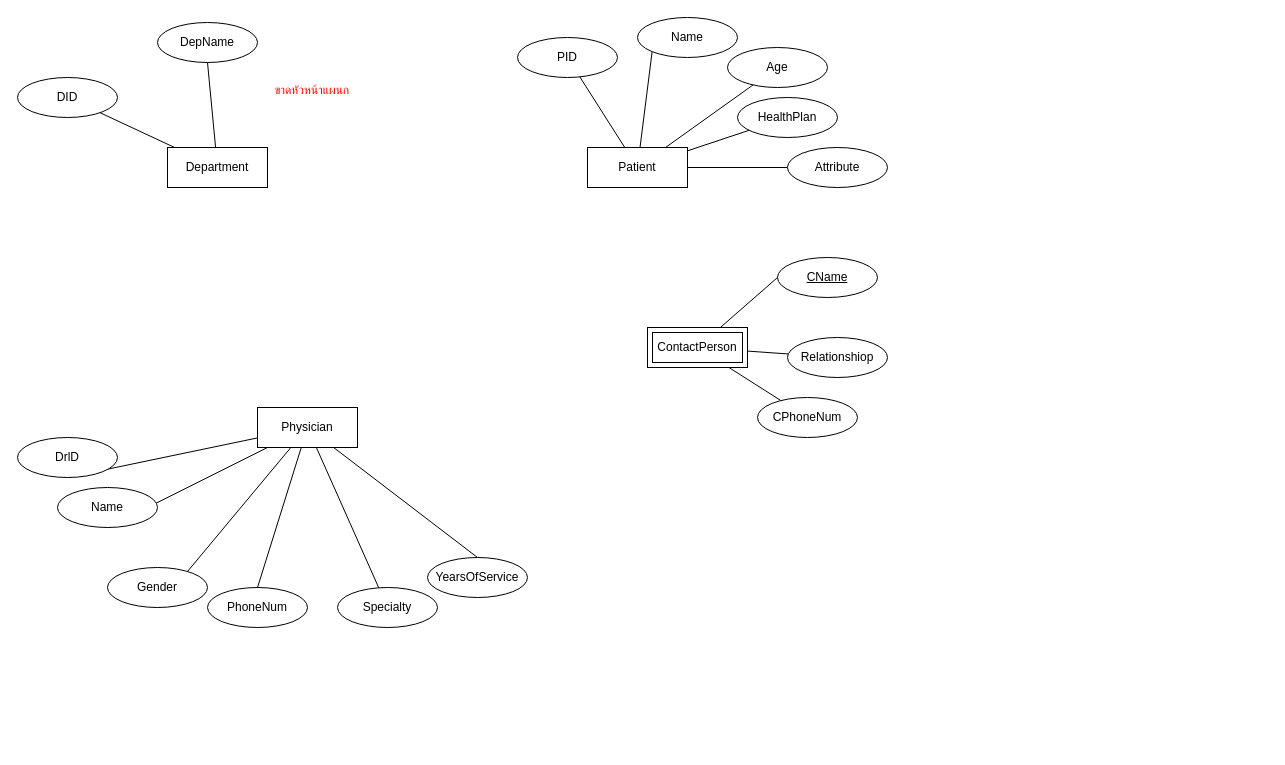
Before: hospital.drawio in Poom5741/cs251ERD, a draw.io diagram. Source tidied: cells renumbered, new cells numbered last; positions are measured from the earlier drawing's top-left corner, leaving out a move shared by most shapes. Both pictures are drawn from the tidied source at 100%, with x=0, y=0 at pixel (17, 17).
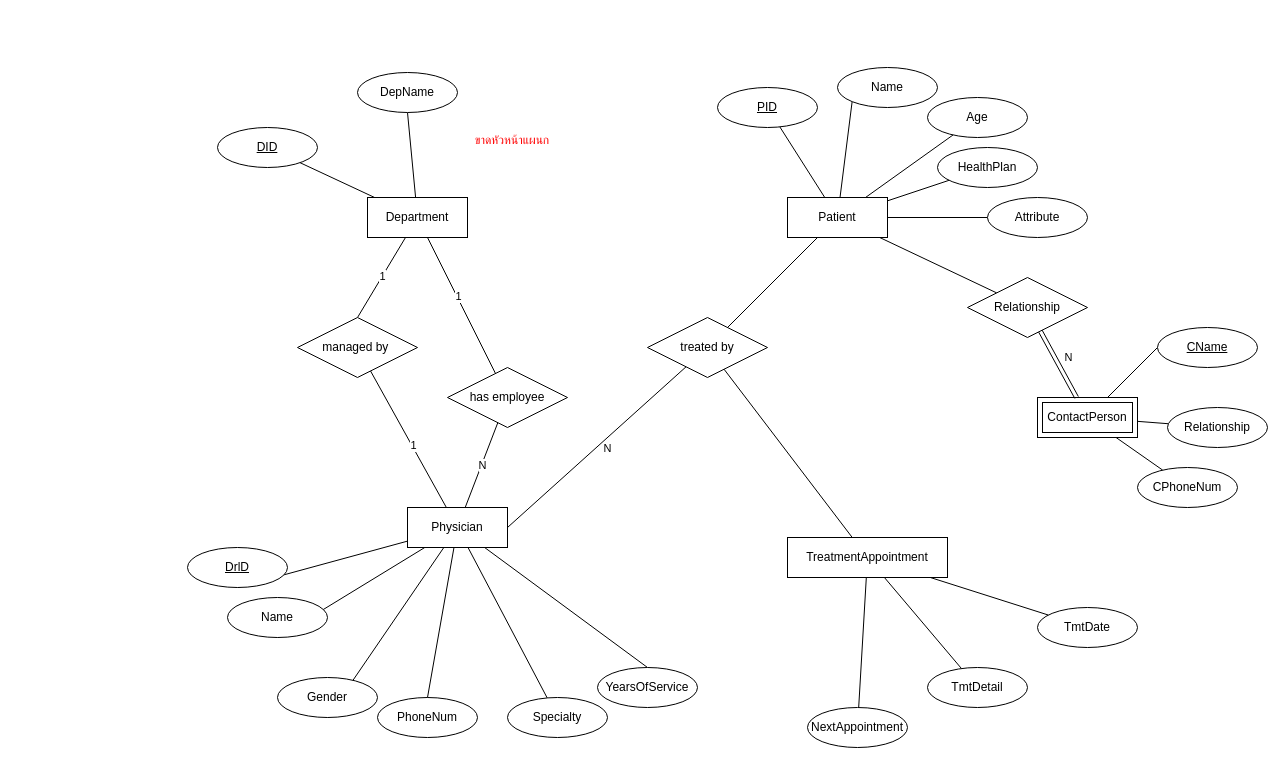
The same page after the edit.

The edit, as a diff of the source:
```diff
@@
+    <mxCell id="39" style="rounded=0;jettySize=auto;html=1;endArrow=none;startFill=0;entryX=0.5;entryY=0;entryDx=0;entryDy=0;" parent="1" edge="1" source="4" target="45">
+      <mxGeometry relative="1" as="geometry" />
+    </mxCell>
+    <mxCell id="40" value="1" style="edgeLabel;html=1;align=center;verticalAlign=middle;" parent="39" vertex="1">
+      <mxGeometry x="-0.03" relative="1" as="geometry" />
+    </mxCell>
+    <mxCell id="41" style="rounded=0;jettySize=auto;html=1;endArrow=none;startFill=0;" parent="1" edge="1" source="4" target="48">
+      <mxGeometry relative="1" as="geometry" />
+    </mxCell>
+    <mxCell id="42" value="1" style="edgeLabel;html=1;align=center;verticalAlign=middle;" parent="41" vertex="1">
+      <mxGeometry x="-0.13" y="1" relative="1" as="geometry" />
+    </mxCell>
     <mxCell id="4" value="Department" style="whiteSpace=wrap;html=1;align=center;" parent="1" vertex="1">
-      <mxGeometry x="150" y="130" width="100" height="40" as="geometry" />
+      <mxGeometry x="350" y="180" width="100" height="40" as="geometry" />
     </mxCell>
-    <mxCell id="5" value="DID" style="ellipse;whiteSpace=wrap;html=1;align=center;" parent="1" vertex="1">
-      <mxGeometry y="60" width="100" height="40" as="geometry" />
+    <mxCell id="5" value="&lt;u&gt;DID&lt;/u&gt;" style="ellipse;whiteSpace=wrap;html=1;align=center;" parent="1" vertex="1">
+      <mxGeometry x="200" y="110" width="100" height="40" as="geometry" />
     </mxCell>
     <mxCell id="6" value="DepName" style="ellipse;whiteSpace=wrap;html=1;align=center;" parent="1" vertex="1">
-      <mxGeometry x="140" y="5" width="100" height="40" as="geometry" />
+      <mxGeometry x="340" y="55" width="100" height="40" as="geometry" />
     </mxCell>
     <mxCell id="7" value="&lt;font style=&quot;color: rgb(255, 0, 0);&quot;&gt;ขาดหัวหน้าแผนก&lt;/font&gt;" style="text;html=1;align=center;verticalAlign=middle;whiteSpace=wrap;rounded=0;" parent="1" vertex="1">
-      <mxGeometry x="250" y="45" width="90" height="55" as="geometry" />
+      <mxGeometry x="450" y="95" width="90" height="55" as="geometry" />
     </mxCell>
@@
+    <mxCell id="43" style="rounded=0;jettySize=auto;html=1;endArrow=none;startFill=0;" parent="1" edge="1" source="13" target="52">
+      <mxGeometry relative="1" as="geometry" />
+    </mxCell>
+    <mxCell id="44" style="rounded=0;jettySize=auto;html=1;endArrow=none;startFill=0;" parent="1" edge="1" source="13" target="64">
+      <mxGeometry relative="1" as="geometry" />
+    </mxCell>
     <mxCell id="13" value="Patient" style="whiteSpace=wrap;html=1;align=center;" parent="1" vertex="1">
-      <mxGeometry x="570" y="130" width="100" height="40" as="geometry" />
+      <mxGeometry x="770" y="180" width="100" height="40" as="geometry" />
     </mxCell>
-    <mxCell id="14" value="PID" style="ellipse;whiteSpace=wrap;html=1;align=center;" parent="1" vertex="1">
-      <mxGeometry x="500" y="20" width="100" height="40" as="geometry" />
+    <mxCell id="14" value="&lt;u&gt;PID&lt;/u&gt;" style="ellipse;whiteSpace=wrap;html=1;align=center;" parent="1" vertex="1">
+      <mxGeometry x="700" y="70" width="100" height="40" as="geometry" />
     </mxCell>
     <mxCell id="15" value="Age" style="ellipse;whiteSpace=wrap;html=1;align=center;" parent="1" vertex="1">
-      <mxGeometry x="710" y="30" width="100" height="40" as="geometry" />
+      <mxGeometry x="910" y="80" width="100" height="40" as="geometry" />
     </mxCell>
     <mxCell id="16" value="Name" style="ellipse;whiteSpace=wrap;html=1;align=center;" parent="1" vertex="1">
-      <mxGeometry x="620" width="100" height="40" as="geometry" />
+      <mxGeometry x="820" y="50" width="100" height="40" as="geometry" />
     </mxCell>
     <mxCell id="17" value="HealthPlan" style="ellipse;whiteSpace=wrap;html=1;align=center;" parent="1" vertex="1">
-      <mxGeometry x="720" y="80" width="100" height="40" as="geometry" />
+      <mxGeometry x="920" y="130" width="100" height="40" as="geometry" />
     </mxCell>
     <mxCell id="18" value="Attribute" style="ellipse;whiteSpace=wrap;html=1;align=center;" parent="1" vertex="1">
-      <mxGeometry x="770" y="130" width="100" height="40" as="geometry" />
+      <mxGeometry x="970" y="180" width="100" height="40" as="geometry" />
     </mxCell>
@@
     <mxCell id="22" value="ContactPerson" style="shape=ext;margin=3;double=1;whiteSpace=wrap;html=1;align=center;" parent="1" vertex="1">
-      <mxGeometry x="630" y="310" width="100" height="40" as="geometry" />
+      <mxGeometry x="1020" y="380" width="100" height="40" as="geometry" />
     </mxCell>
     <mxCell id="23" value="CName" style="ellipse;whiteSpace=wrap;html=1;align=center;fontStyle=4;" parent="1" vertex="1">
-      <mxGeometry x="760" y="240" width="100" height="40" as="geometry" />
+      <mxGeometry x="1140" y="310" width="100" height="40" as="geometry" />
     </mxCell>
-    <mxCell id="24" value="Relationshiop" style="ellipse;whiteSpace=wrap;html=1;align=center;" parent="1" vertex="1">
-      <mxGeometry x="770" y="320" width="100" height="40" as="geometry" />
+    <mxCell id="24" value="Relationship" style="ellipse;whiteSpace=wrap;html=1;align=center;" parent="1" vertex="1">
+      <mxGeometry x="1150" y="390" width="100" height="40" as="geometry" />
     </mxCell>
     <mxCell id="25" value="CPhoneNum" style="ellipse;whiteSpace=wrap;html=1;align=center;" parent="1" vertex="1">
-      <mxGeometry x="740" y="380" width="100" height="40" as="geometry" />
+      <mxGeometry x="1120" y="450" width="100" height="40" as="geometry" />
     </mxCell>
@@
     <mxCell id="31" value="Physician" style="whiteSpace=wrap;html=1;align=center;" parent="1" vertex="1">
-      <mxGeometry x="240" y="390" width="100" height="40" as="geometry" />
+      <mxGeometry x="390" y="490" width="100" height="40" as="geometry" />
     </mxCell>
-    <mxCell id="32" value="DrlD" style="ellipse;whiteSpace=wrap;html=1;align=center;" parent="1" vertex="1">
-      <mxGeometry y="420" width="100" height="40" as="geometry" />
+    <mxCell id="32" value="&lt;u&gt;DrlD&lt;/u&gt;" style="ellipse;whiteSpace=wrap;html=1;align=center;" parent="1" vertex="1">
+      <mxGeometry x="170" y="530" width="100" height="40" as="geometry" />
     </mxCell>
     <mxCell id="33" value="Name" style="ellipse;whiteSpace=wrap;html=1;align=center;" parent="1" vertex="1">
-      <mxGeometry x="40" y="470" width="100" height="40" as="geometry" />
+      <mxGeometry x="210" y="580" width="100" height="40" as="geometry" />
     </mxCell>
     <mxCell id="34" value="Gender" style="ellipse;whiteSpace=wrap;html=1;align=center;" parent="1" vertex="1">
-      <mxGeometry x="90" y="550" width="100" height="40" as="geometry" />
+      <mxGeometry x="260" y="660" width="100" height="40" as="geometry" />
     </mxCell>
     <mxCell id="35" value="PhoneNum" style="ellipse;whiteSpace=wrap;html=1;align=center;" parent="1" vertex="1">
-      <mxGeometry x="190" y="570" width="100" height="40" as="geometry" />
+      <mxGeometry x="360" y="680" width="100" height="40" as="geometry" />
     </mxCell>
     <mxCell id="36" value="Specialty" style="ellipse;whiteSpace=wrap;html=1;align=center;" parent="1" vertex="1">
-      <mxGeometry x="320" y="570" width="100" height="40" as="geometry" />
+      <mxGeometry x="490" y="680" width="100" height="40" as="geometry" />
     </mxCell>
     <mxCell id="37" value="YearsOfService" style="ellipse;whiteSpace=wrap;html=1;align=center;" parent="1" vertex="1">
-      <mxGeometry x="410" y="540" width="100" height="40" as="geometry" />
+      <mxGeometry x="580" y="650" width="100" height="40" as="geometry" />
     </mxCell>
@@
+    <mxCell id="45" value="managed by&amp;nbsp;" style="shape=rhombus;perimeter=rhombusPerimeter;whiteSpace=wrap;html=1;align=center;" parent="1" vertex="1">
+      <mxGeometry x="280" y="300" width="120" height="60" as="geometry" />
+    </mxCell>
+    <mxCell id="46" style="rounded=0;jettySize=auto;html=1;endArrow=none;startFill=0;" parent="1" edge="1" source="48" target="31">
+      <mxGeometry relative="1" as="geometry" />
+    </mxCell>
+    <mxCell id="47" value="N" style="edgeLabel;html=1;align=center;verticalAlign=middle;" parent="46" vertex="1">
+      <mxGeometry relative="1" as="geometry" />
+    </mxCell>
+    <mxCell id="48" value="has employee" style="shape=rhombus;perimeter=rhombusPerimeter;whiteSpace=wrap;html=1;align=center;" parent="1" vertex="1">
+      <mxGeometry x="430" y="350" width="120" height="60" as="geometry" />
+    </mxCell>
+    <mxCell id="49" style="rounded=0;jettySize=auto;html=1;entryX=1;entryY=0.5;entryDx=0;entryDy=0;endArrow=none;startFill=0;" parent="1" edge="1" source="52" target="31">
+      <mxGeometry relative="1" as="geometry" />
+    </mxCell>
+    <mxCell id="50" value="N" style="edgeLabel;html=1;align=center;verticalAlign=middle;" parent="49" vertex="1">
+      <mxGeometry x="-0.07" relative="1" as="geometry">
+        <mxPoint x="4" y="6" as="offset" />
+      </mxGeometry>
+    </mxCell>
+    <mxCell id="51" style="rounded=0;jettySize=auto;html=1;endArrow=none;startFill=0;" parent="1" edge="1" source="52" target="56">
+      <mxGeometry relative="1" as="geometry" />
+    </mxCell>
+    <mxCell id="52" value="treated by" style="shape=rhombus;perimeter=rhombusPerimeter;whiteSpace=wrap;html=1;align=center;" parent="1" vertex="1">
+      <mxGeometry x="630" y="300" width="120" height="60" as="geometry" />
+    </mxCell>
+    <mxCell id="53" style="rounded=0;jettySize=auto;html=1;endArrow=none;startFill=0;" parent="1" edge="1" source="56" target="57">
+      <mxGeometry relative="1" as="geometry" />
+    </mxCell>
+    <mxCell id="54" style="rounded=0;jettySize=auto;html=1;endArrow=none;startFill=0;" parent="1" edge="1" source="56" target="58">
+      <mxGeometry relative="1" as="geometry" />
+    </mxCell>
+    <mxCell id="55" style="rounded=0;jettySize=auto;html=1;endArrow=none;startFill=0;" parent="1" edge="1" source="56" target="59">
+      <mxGeometry relative="1" as="geometry" />
+    </mxCell>
+    <mxCell id="56" value="TreatmentAppointment" style="whiteSpace=wrap;html=1;align=center;" parent="1" vertex="1">
+      <mxGeometry x="770" y="520" width="160" height="40" as="geometry" />
+    </mxCell>
+    <mxCell id="57" value="TmtDate" style="ellipse;whiteSpace=wrap;html=1;align=center;" parent="1" vertex="1">
+      <mxGeometry x="1020" y="590" width="100" height="40" as="geometry" />
+    </mxCell>
+    <mxCell id="58" value="TmtDetail" style="ellipse;whiteSpace=wrap;html=1;align=center;" parent="1" vertex="1">
+      <mxGeometry x="910" y="650" width="100" height="40" as="geometry" />
+    </mxCell>
+    <mxCell id="59" value="NextAppointment" style="ellipse;whiteSpace=wrap;html=1;align=center;" parent="1" vertex="1">
+      <mxGeometry x="790" y="690" width="100" height="40" as="geometry" />
+    </mxCell>
+    <mxCell id="60" style="endArrow=none;html=1;rounded=0;" parent="1" edge="1" source="45" target="31">
+      <mxGeometry relative="1" as="geometry" />
+    </mxCell>
+    <mxCell id="61" value="1" style="edgeLabel;html=1;align=center;verticalAlign=middle;" parent="60" vertex="1">
+      <mxGeometry x="0.09" y="1" relative="1" as="geometry" />
+    </mxCell>
+    <mxCell id="62" style="rounded=0;jettySize=auto;html=1;endArrow=none;startFill=0;shape=link;" parent="1" edge="1" source="64" target="22">
+      <mxGeometry relative="1" as="geometry" />
+    </mxCell>
+    <mxCell id="63" value="N" style="edgeLabel;html=1;align=center;verticalAlign=middle;" parent="62" vertex="1">
+      <mxGeometry x="0.01" relative="1" as="geometry">
+        <mxPoint x="9" y="-7" as="offset" />
+      </mxGeometry>
+    </mxCell>
+    <mxCell id="64" value="Relationship" style="shape=rhombus;perimeter=rhombusPerimeter;whiteSpace=wrap;html=1;align=center;" parent="1" vertex="1">
+      <mxGeometry x="950" y="260" width="120" height="60" as="geometry" />
+    </mxCell>
```
